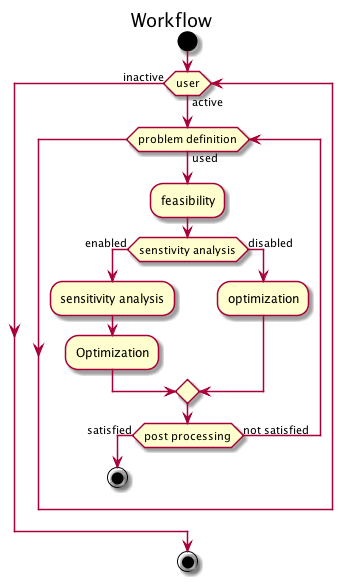
timothodge/IMSM_Sandia_2015 keeps this PlantUML diagram as Report/IMSM_Workflow.png. Above is the earlier version.
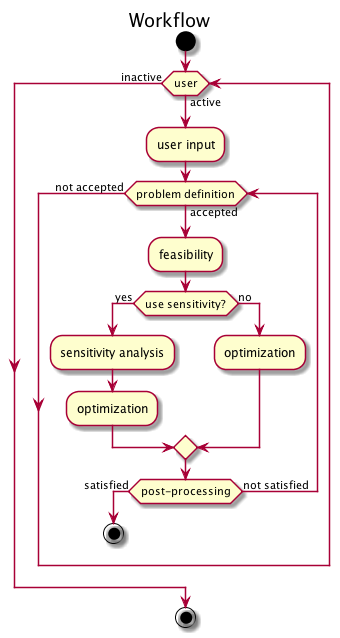
Later version of the same file.

Commit message:
New workflow picture and section on springs formatting.

What changed in the source:
```diff
@@ -4,23 +4,23 @@
 start
 
 while (user) is (active)
-
-	while (problem definition) is (used)
+	:user input;
+	while (problem definition) is (accepted)
 		:feasibility;
-		if (senstivity analysis) then (enabled)
+		if (use sensitivity?) then (yes)
 			:sensitivity analysis;
-			:Optimization;
-		else (disabled)
 			:optimization;
+		else (no)
+		:optimization;
 		endif
 
-		if(post processing) then (satisfied)
+		if(post-processing) then (satisfied)
 			stop
 		else (not satisfied)
 
 		endif
 
-	endwhile
+	endwhile (not accepted)
 
 endwhile (inactive)
 
```
